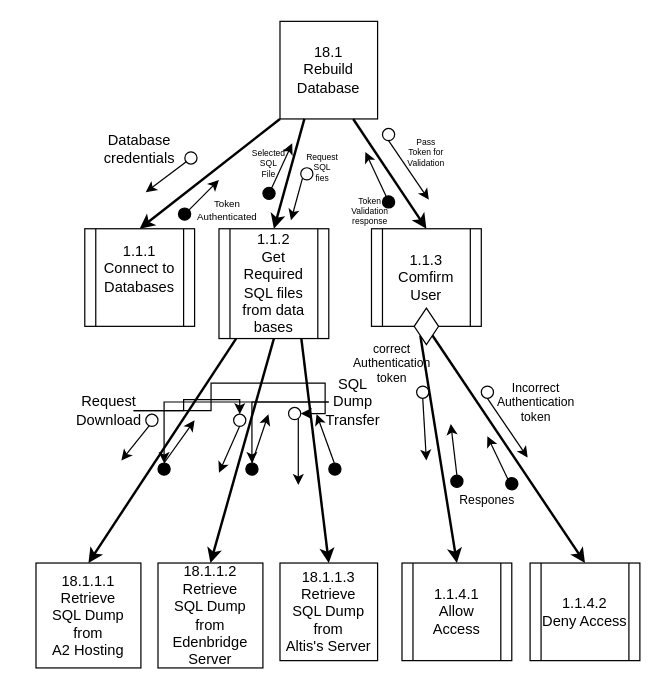
Before: page "18.1 Rebuild database" (1 of 2) of Diagrams/StructureCharts/Proc18Recovery.drawio in Harlento/SchedulingSystem, a draw.io diagram. Source tidied: cells renumbered, new cells numbered last; positions are measured from the earlier drawing's top-left corner, leaving out a move shared by most shapes. Both pictures are drawn from the tidied source at 122%, with x=0, y=0 at pixel (35, 21).
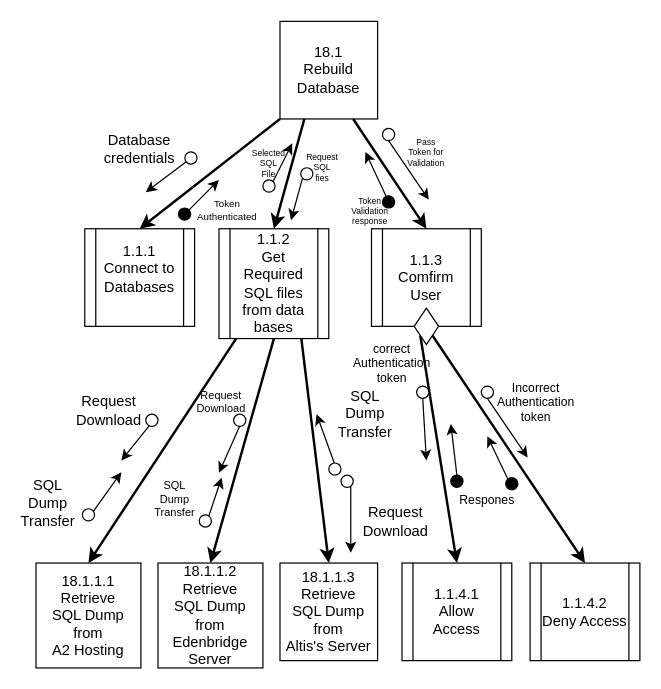
The same page after the edit.

Unchanged cells that the change refers to:
```xml
<mxCell id="32" value="Request Download" style="text;html=1;strokeColor=none;fillColor=none;align=center;verticalAlign=middle;whiteSpace=wrap;rounded=0;" parent="1" vertex="1">
  <mxGeometry x="40" y="309" width="40" height="20" as="geometry" />
</mxCell>
<mxCell id="34" style="ellipse;whiteSpace=wrap;html=1;" parent="1" vertex="1">
  <mxGeometry x="162" y="322" width="10" height="10" as="geometry" />
</mxCell>
```

The edit, as a diff of the source:
```diff
@@
-    <mxCell id="24" style="edgeStyle=orthogonalEdgeStyle;rounded=0;jettySize=auto;html=1;entryX=0.5;entryY=0;entryDx=0;entryDy=0;" parent="1" edge="1" source="26" target="40">
-      <mxGeometry relative="1" as="geometry" />
-    </mxCell>
-    <mxCell id="25" style="edgeStyle=orthogonalEdgeStyle;rounded=0;jettySize=auto;html=1;entryX=0.5;entryY=0;entryDx=0;entryDy=0;" parent="1" edge="1" source="26" target="42">
-      <mxGeometry relative="1" as="geometry" />
-    </mxCell>
     <mxCell id="26" value="&lt;div&gt;SQL Dump &lt;br&gt;&lt;/div&gt;&lt;div&gt;Transfer&lt;br&gt;&lt;/div&gt;" style="text;html=1;strokeColor=none;fillColor=none;align=center;verticalAlign=middle;whiteSpace=wrap;rounded=0;" parent="1" vertex="1">
-      <mxGeometry x="240" y="302" width="40" height="20" as="geometry" />
+      <mxGeometry x="-10" y="384.5" width="40" height="20" as="geometry" />
     </mxCell>
@@
-    <mxCell id="30" style="edgeStyle=orthogonalEdgeStyle;rounded=0;jettySize=auto;html=1;entryX=0.5;entryY=0;entryDx=0;entryDy=0;" parent="1" edge="1" source="32" target="34">
-      <mxGeometry relative="1" as="geometry">
-        <Array as="points">
-          <mxPoint x="121" y="319" />
-          <mxPoint x="121" y="310" />
-          <mxPoint x="167" y="310" />
-        </Array>
-      </mxGeometry>
-    </mxCell>
-    <mxCell id="31" style="edgeStyle=orthogonalEdgeStyle;rounded=0;jettySize=auto;html=1;entryX=1;entryY=0.5;entryDx=0;entryDy=0;" parent="1" edge="1" source="32" target="36">
-      <mxGeometry relative="1" as="geometry" />
-    </mxCell>
@@
     <mxCell id="35" style="endArrow=classic;html=1;" parent="1" edge="1">
       <mxGeometry relative="1" as="geometry">
-        <mxPoint x="215" y="319.5" as="sourcePoint" />
-        <mxPoint x="215" y="380" as="targetPoint" />
+        <mxPoint x="258" y="375" as="sourcePoint" />
+        <mxPoint x="258" y="435.5" as="targetPoint" />
       </mxGeometry>
     </mxCell>
     <mxCell id="36" style="ellipse;whiteSpace=wrap;html=1;" parent="1" vertex="1">
-      <mxGeometry x="207" y="316.5" width="10" height="10" as="geometry" />
+      <mxGeometry x="250" y="372" width="10" height="10" as="geometry" />
     </mxCell>
@@
-    <mxCell id="38" style="ellipse;whiteSpace=wrap;html=1;fillColor=#000000;" parent="1" vertex="1">
-      <mxGeometry x="240" y="362" width="10" height="10" as="geometry" />
-    </mxCell>
-    <mxCell id="39" style="endArrow=classic;html=1;exitX=0.5;exitY=0;exitDx=0;exitDy=0;" parent="1" edge="1" source="40">
+    <mxCell id="39" style="endArrow=classic;html=1;exitX=0.5;exitY=0;exitDx=0;exitDy=0;" parent="1" edge="1">
       <mxGeometry relative="1" as="geometry">
-        <mxPoint x="190.5" y="322" as="targetPoint" />
+        <mxPoint x="138.8" y="414" as="sourcePoint" />
+        <mxPoint x="152.2" y="374" as="targetPoint" />
       </mxGeometry>
     </mxCell>
-    <mxCell id="40" style="ellipse;whiteSpace=wrap;html=1;fillColor=#000000;" parent="1" vertex="1">
-      <mxGeometry x="172" y="362" width="10" height="10" as="geometry" />
-    </mxCell>
-    <mxCell id="41" style="endArrow=classic;html=1;exitX=0.5;exitY=0;exitDx=0;exitDy=0;" parent="1" edge="1" source="42">
+    <mxCell id="41" style="endArrow=classic;html=1;exitX=0.5;exitY=0;exitDx=0;exitDy=0;" parent="1" edge="1">
       <mxGeometry relative="1" as="geometry">
-        <mxPoint x="130" y="327" as="targetPoint" />
+        <mxPoint x="45" y="404.5" as="sourcePoint" />
+        <mxPoint x="70" y="369.5" as="targetPoint" />
       </mxGeometry>
     </mxCell>
-    <mxCell id="42" style="ellipse;whiteSpace=wrap;html=1;fillColor=#000000;" parent="1" vertex="1">
-      <mxGeometry x="100" y="362" width="10" height="10" as="geometry" />
-    </mxCell>
@@
     <mxCell id="55" style="endArrow=classic;html=1;" parent="1" edge="1">
       <mxGeometry relative="1" as="geometry">
-        <mxPoint x="191.2" y="141" as="sourcePoint" />
+        <mxPoint x="193.2" y="133.5" as="sourcePoint" />
         <mxPoint x="210" y="100" as="targetPoint" />
       </mxGeometry>
     </mxCell>
-    <mxCell id="56" style="ellipse;whiteSpace=wrap;html=1;fillColor=#000000;" parent="1" vertex="1">
-      <mxGeometry x="186" y="136" width="10" height="10" as="geometry" />
-    </mxCell>
@@
+    <mxCell id="69" value="&lt;div&gt;SQL Dump &lt;br&gt;&lt;/div&gt;&lt;div&gt;Transfer&lt;br&gt;&lt;/div&gt;" style="text;html=1;strokeColor=none;fillColor=none;align=center;verticalAlign=middle;whiteSpace=wrap;rounded=0;" parent="1" vertex="1">
+      <mxGeometry x="250" y="312" width="40" height="20" as="geometry" />
+    </mxCell>
+    <mxCell id="70" value="&lt;div style=&quot;font-size: 9px;&quot;&gt;SQL Dump &lt;br style=&quot;font-size: 9px;&quot;&gt;&lt;/div&gt;&lt;div style=&quot;font-size: 9px;&quot;&gt;Transfer&lt;br style=&quot;font-size: 9px;&quot;&gt;&lt;/div&gt;" style="text;html=1;strokeColor=none;fillColor=none;align=center;verticalAlign=middle;whiteSpace=wrap;rounded=0;fontSize=9;" parent="1" vertex="1">
+      <mxGeometry x="93.8" y="382" width="40" height="20" as="geometry" />
+    </mxCell>
+    <mxCell id="71" value="Request Download" style="text;html=1;strokeColor=none;fillColor=none;align=center;verticalAlign=middle;whiteSpace=wrap;rounded=0;fontSize=9;" parent="1" vertex="1">
+      <mxGeometry x="132" y="302" width="40" height="20" as="geometry" />
+    </mxCell>
+    <mxCell id="72" value="Request Download" style="text;html=1;strokeColor=none;fillColor=none;align=center;verticalAlign=middle;whiteSpace=wrap;rounded=0;" parent="1" vertex="1">
+      <mxGeometry x="275" y="399.5" width="40" height="20" as="geometry" />
+    </mxCell>
+    <mxCell id="73" style="ellipse;whiteSpace=wrap;html=1;" parent="1" vertex="1">
+      <mxGeometry x="38" y="399.5" width="10" height="10" as="geometry" />
+    </mxCell>
+    <mxCell id="74" style="ellipse;whiteSpace=wrap;html=1;" parent="1" vertex="1">
+      <mxGeometry x="240" y="362" width="10" height="10" as="geometry" />
+    </mxCell>
+    <mxCell id="75" style="ellipse;whiteSpace=wrap;html=1;" parent="1" vertex="1">
+      <mxGeometry x="133.8" y="404.5" width="10" height="10" as="geometry" />
+    </mxCell>
+    <mxCell id="76" style="ellipse;whiteSpace=wrap;html=1;" parent="1" vertex="1">
+      <mxGeometry x="186" y="130" width="10" height="10" as="geometry" />
+    </mxCell>
```
